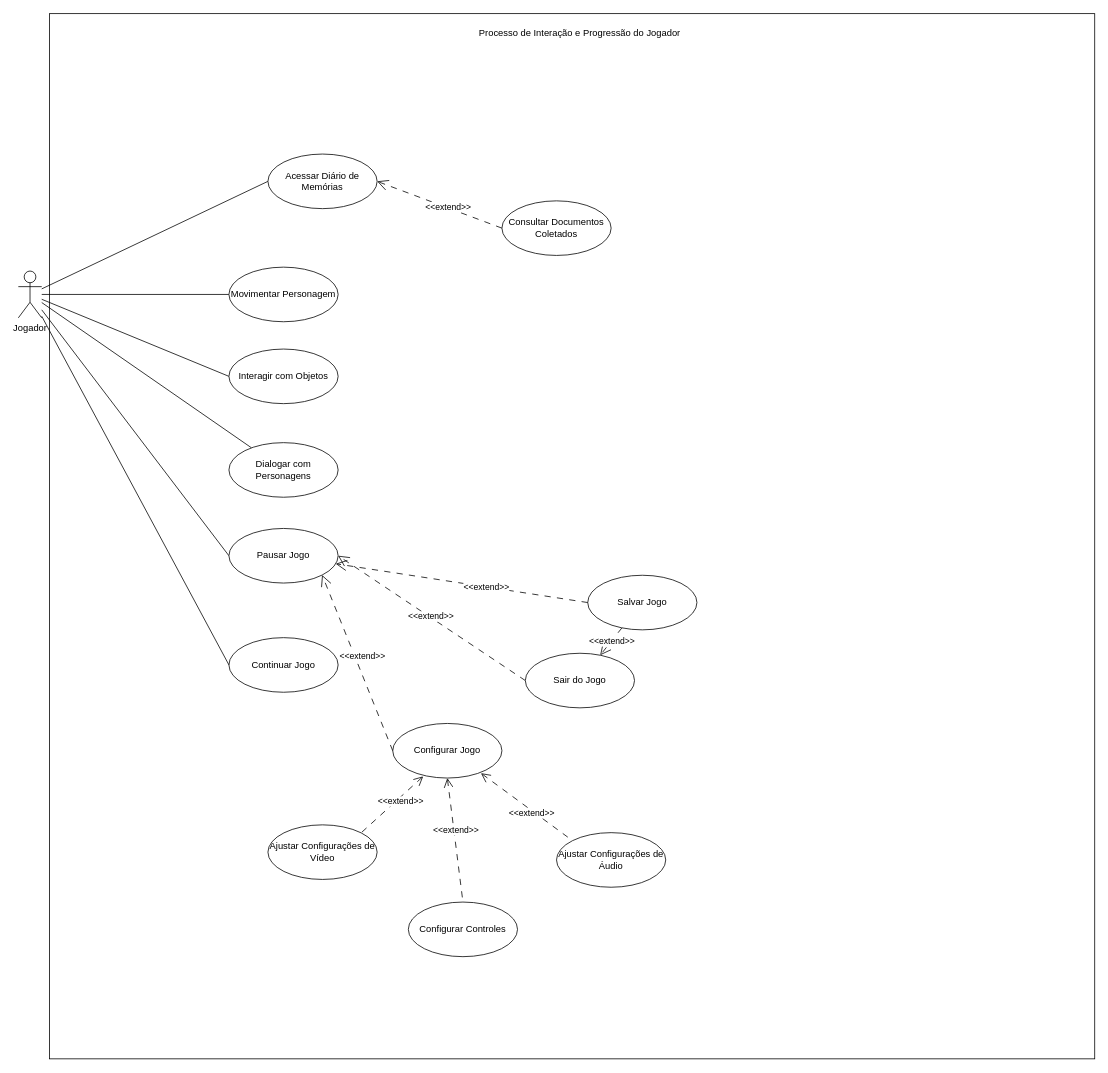
Before: docs/casos-de-uso/caso-de-uso.drawio in omatheusfaria/Ani, a draw.io diagram. Source tidied: cells renumbered, new cells numbered last; positions are measured from the earlier drawing's top-left corner, leaving out a move shared by most shapes. Both pictures are drawn from the tidied source at 78%, with x=0, y=0 at pixel (18, 13).
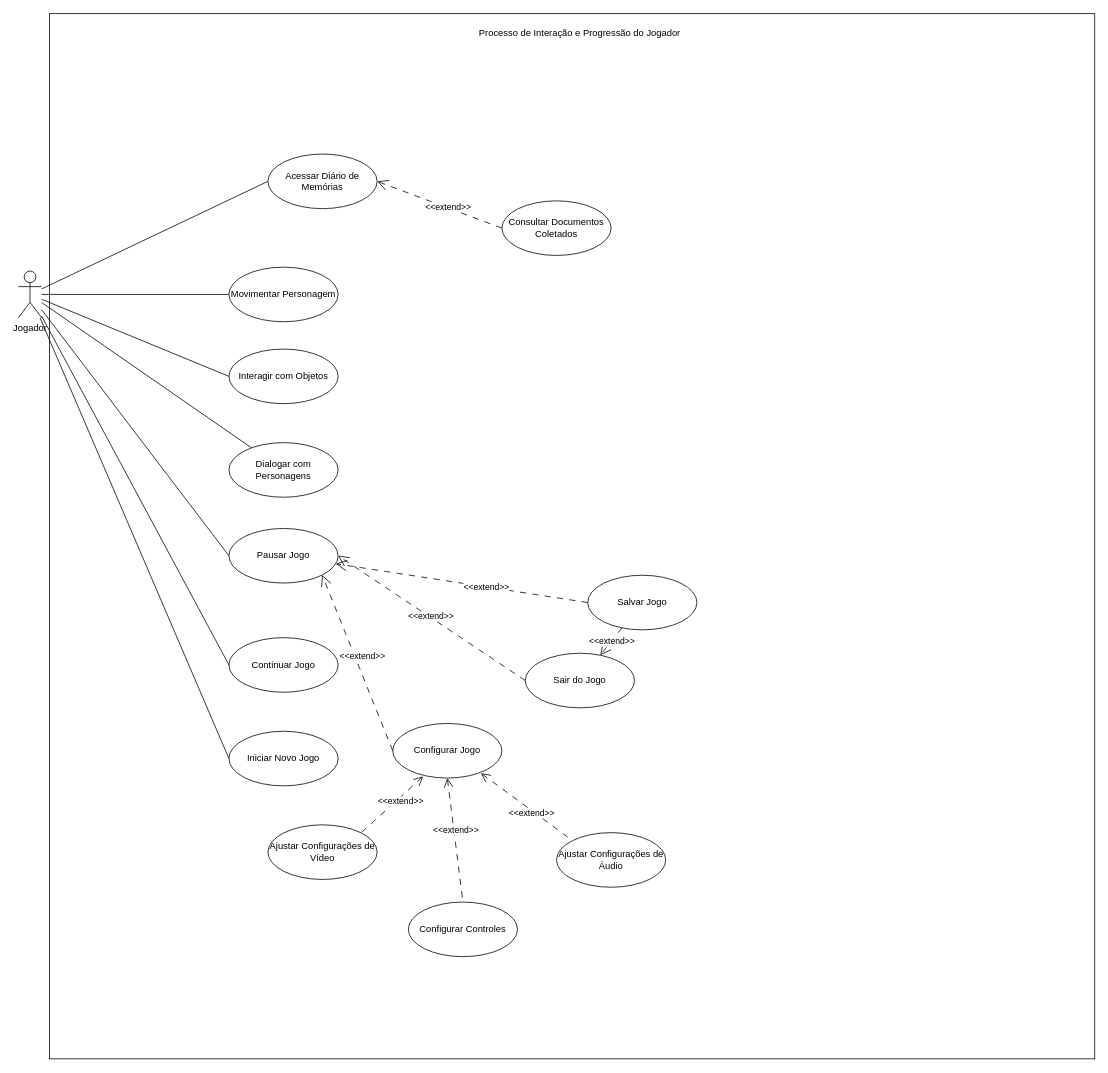
The same page after the edit.

Commit message (it also covers changes not shown here):
Cria o UC-S014 Iniciar Novo Jogo ligado a RF020, RF012 e RF009 e fecha o item 59

Unchanged cells that the change refers to:
```xml
<mxCell id="7" value="&lt;div&gt;Jogador&lt;/div&gt;" style="shape=umlActor;verticalLabelPosition=bottom;verticalAlign=top;html=1;outlineConnect=0;" parent="1" vertex="1">
  <mxGeometry y="330" width="30" height="60" as="geometry" />
</mxCell>
```

What changed in the source:
```diff
@@
+    <mxCell id="40" value="Iniciar Novo Jogo" style="ellipse;whiteSpace=wrap;html=1;" parent="1" vertex="1">
+      <mxGeometry x="270" y="920" width="140" height="70" as="geometry" />
+    </mxCell>
+    <mxCell id="41" style="rounded=0;jettySize=auto;html=1;entryX=0;entryY=0.5;entryDx=0;entryDy=0;endArrow=none;endFill=0;" parent="1" edge="1" source="7" target="40">
+      <mxGeometry relative="1" as="geometry" />
+    </mxCell>
```
